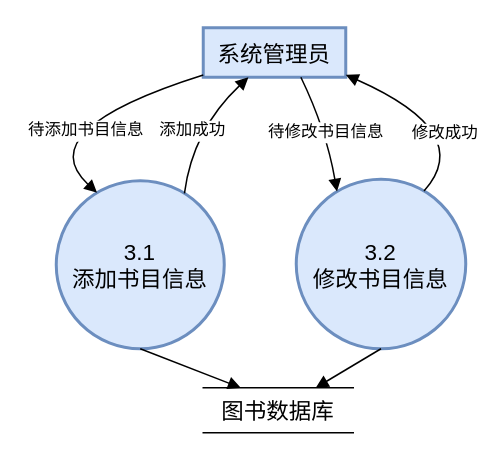
The draw.io diagram page "编目管理" (6 of 13) of 软件工程.drawio in sjgcsf/os---, before the edit. Source tidied: cells renumbered, new cells numbered last; positions are measured from the earlier drawing's top-left corner, leaving out a move shared by most shapes. Both pictures are drawn from the tidied source at 150%, with x=0, y=0 at pixel (28, 27).
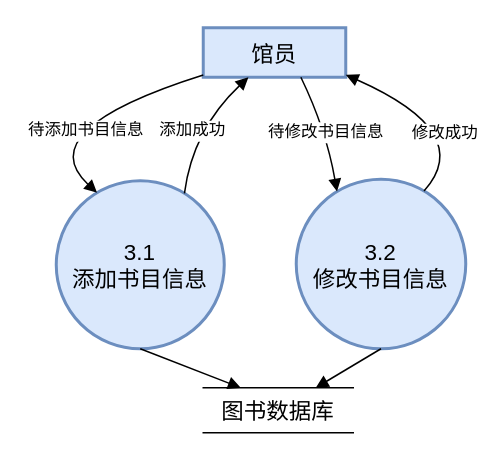
After the change.

The edit, as a diff of the source:
```diff
@@
 <mxGraphModel>
   <root>
     <mxCell id="0" />
     <mxCell id="1" parent="0" />
-    <mxCell id="2" value="系统管理员" style="whiteSpace=wrap;strokeWidth=2;fontSize=15;fillColor=#dae8fc;strokeColor=#6c8ebf;" parent="1" vertex="1">
+    <mxCell id="2" value="馆员" style="whiteSpace=wrap;strokeWidth=2;fontSize=15;fillColor=#dae8fc;strokeColor=#6c8ebf;" parent="1" vertex="1">
       <mxGeometry x="116" width="95" height="33" as="geometry" />
     </mxCell>
     <mxCell id="3" value="3.1&#10;添加书目信息" style="ellipse;strokeWidth=2;whiteSpace=wrap;fontSize=15;fillColor=#dae8fc;strokeColor=#6c8ebf;" parent="1" vertex="1">
       <mxGeometry x="18" y="102" width="112" height="112" as="geometry" />
     </mxCell>
     <mxCell id="4" value="3.2&#10;修改书目信息" style="ellipse;strokeWidth=2;whiteSpace=wrap;fontSize=15;fillColor=#dae8fc;strokeColor=#6c8ebf;" parent="1" vertex="1">
       <mxGeometry x="178" y="101" width="113" height="113" as="geometry" />
     </mxCell>
     <mxCell id="5" value="待添加书目信息" style="curved=1;startArrow=none;endArrow=block;exitX=0.0010526355944181743;exitY=0.9533448283674266;entryX=0.2024526271386036;entryY=0.0017857040677751815;rounded=0;" parent="1" edge="1" source="2" target="3">
       <mxGeometry x="-0.07" y="11" relative="1" as="geometry">
         <Array as="points">
           <mxPoint y="68" />
         </Array>
       </mxGeometry>
     </mxCell>
     <mxCell id="6" value="添加成功" style="curved=1;startArrow=none;endArrow=block;exitX=0.8046902231922941;exitY=0.0017857040677751815;entryX=0.31248474441944246;entryY=1.0121212583599668;rounded=0;" parent="1" edge="1" source="3" target="2">
       <mxGeometry x="-0.09" relative="1" as="geometry">
         <Array as="points">
           <mxPoint x="109" y="68" />
         </Array>
       </mxGeometry>
     </mxCell>
     <mxCell id="7" style="curved=1;startArrow=none;endArrow=block;exitX=0.5035714251654488;exitY=1.0000000170298986;entryX=0;entryY=0.75;rounded=0;entryDx=0;entryDy=0;" parent="1" edge="1" source="3" target="11">
       <mxGeometry relative="1" as="geometry" />
     </mxCell>
     <mxCell id="8" value="待修改书目信息" style="curved=1;startArrow=none;endArrow=block;exitX=0.6896205267693939;exitY=1.0121212583599668;entryX=0.19388452082832014;entryY=-0.0017699013769099142;rounded=0;" parent="1" edge="1" source="2" target="4">
       <mxGeometry relative="1" as="geometry">
         <Array as="points">
           <mxPoint x="198" y="68" />
         </Array>
       </mxGeometry>
     </mxCell>
     <mxCell id="9" value="修改成功" style="curved=1;startArrow=none;endArrow=block;exitX=0.797265921649556;exitY=-0.0017699013769099142;entryX=1.0010526355944183;entryY=0.9522552263140183;rounded=0;" parent="1" edge="1" source="4" target="2">
       <mxGeometry x="-0.04" y="8" relative="1" as="geometry">
         <Array as="points">
           <mxPoint x="298" y="70" />
         </Array>
       </mxGeometry>
     </mxCell>
     <mxCell id="10" style="curved=1;startArrow=none;endArrow=block;exitX=0.49557522123893805;exitY=0.9946902621108874;entryX=0;entryY=0.25;rounded=0;entryDx=0;entryDy=0;" parent="1" edge="1" source="4" target="11">
       <mxGeometry relative="1" as="geometry" />
     </mxCell>
     <mxCell id="11" value="&lt;div style=&quot;text-align: left;&quot;&gt;&lt;font style=&quot;font-size: 15px;&quot;&gt;图书数据库&lt;/font&gt;&lt;br&gt;&lt;/div&gt;" style="shape=partialRectangle;whiteSpace=wrap;html=1;top=0;bottom=0;fillColor=none;direction=south;" parent="1" vertex="1">
       <mxGeometry x="116" y="240" width="100" height="30" as="geometry" />
     </mxCell>
   </root>
 </mxGraphModel>
```
